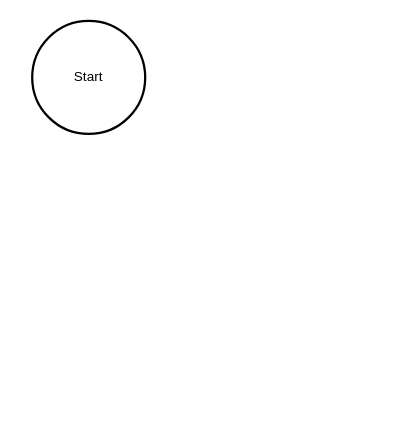
Before: Untitled Diagram.drawio in Venturium-System-Indonesia/WorkFlow-RTGSGen2Immitation, a draw.io diagram. Source tidied: cells renumbered, new cells numbered last; positions are measured from the earlier drawing's top-left corner, leaving out a move shared by most shapes. Both pictures are drawn from the tidied source at 113%, with x=0, y=0 at pixel (32, 20).
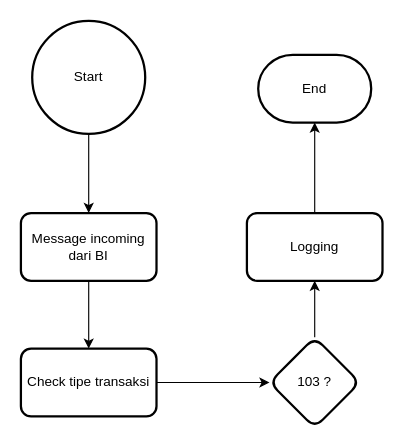
The same diagram, later.

Change to the diagram source:
```diff
@@
 <mxGraphModel>
   <root>
     <mxCell id="0" />
     <mxCell id="1" parent="0" />
+    <mxCell id="3" style="edgeStyle=orthogonalEdgeStyle;rounded=0;jettySize=auto;html=1;" parent="1" edge="1" source="2" target="5">
+      <mxGeometry relative="1" as="geometry" />
+    </mxCell>
     <mxCell id="2" value="Start" style="strokeWidth=2;html=1;shape=mxgraph.flowchart.start_2;whiteSpace=wrap;" parent="1" vertex="1">
       <mxGeometry width="100" height="100" as="geometry" />
     </mxCell>
+    <mxCell id="4" style="edgeStyle=orthogonalEdgeStyle;rounded=0;jettySize=auto;html=1;" parent="1" edge="1" source="5" target="7">
+      <mxGeometry relative="1" as="geometry" />
+    </mxCell>
+    <mxCell id="5" value="Message incoming dari BI" style="rounded=1;whiteSpace=wrap;html=1;strokeWidth=2;" parent="1" vertex="1">
+      <mxGeometry x="-10" y="170" width="120" height="60" as="geometry" />
+    </mxCell>
+    <mxCell id="6" style="edgeStyle=orthogonalEdgeStyle;rounded=0;jettySize=auto;html=1;" parent="1" edge="1" source="7" target="9">
+      <mxGeometry relative="1" as="geometry" />
+    </mxCell>
+    <mxCell id="7" value="Check tipe transaksi" style="rounded=1;whiteSpace=wrap;html=1;strokeWidth=2;" parent="1" vertex="1">
+      <mxGeometry x="-10" y="290" width="120" height="60" as="geometry" />
+    </mxCell>
+    <mxCell id="8" style="edgeStyle=orthogonalEdgeStyle;rounded=0;jettySize=auto;html=1;" parent="1" edge="1" source="9" target="11">
+      <mxGeometry relative="1" as="geometry" />
+    </mxCell>
+    <mxCell id="9" value="103 ?" style="rhombus;whiteSpace=wrap;html=1;rounded=1;strokeWidth=2;" parent="1" vertex="1">
+      <mxGeometry x="210" y="280" width="80" height="80" as="geometry" />
+    </mxCell>
+    <mxCell id="10" style="edgeStyle=orthogonalEdgeStyle;rounded=0;jettySize=auto;html=1;" parent="1" edge="1" source="11" target="12">
+      <mxGeometry relative="1" as="geometry" />
+    </mxCell>
+    <mxCell id="11" value="Logging" style="whiteSpace=wrap;html=1;rounded=1;strokeWidth=2;" parent="1" vertex="1">
+      <mxGeometry x="190" y="170" width="120" height="60" as="geometry" />
+    </mxCell>
+    <mxCell id="12" value="End" style="strokeWidth=2;html=1;shape=mxgraph.flowchart.terminator;whiteSpace=wrap;" parent="1" vertex="1">
+      <mxGeometry x="200" y="30" width="100" height="60" as="geometry" />
+    </mxCell>
   </root>
 </mxGraphModel>
```
